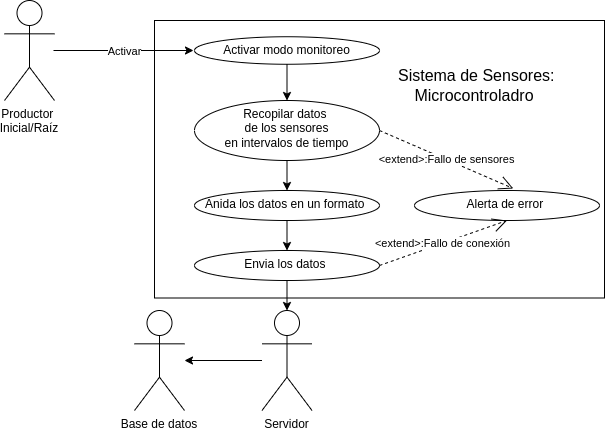
Above: UML/Modulo1/RF01_2.drawio.png in miicxitl-kin/Proyecto-Terminal-1-y-2 (draw.io), before the change. Source tidied: cells renumbered, new cells last; positions are measured from the earlier drawing's top-left corner, leaving out a move shared by most shapes.
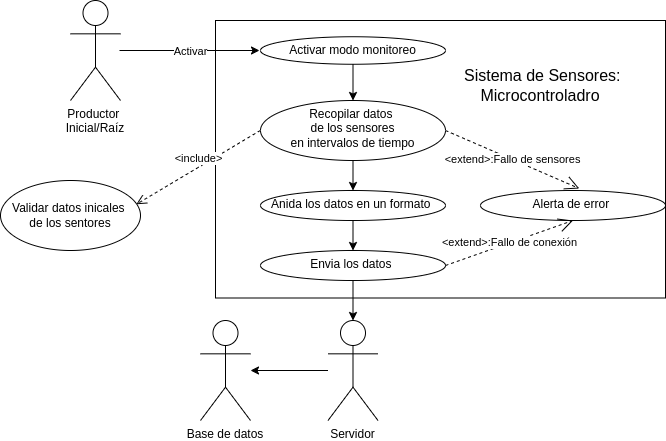
After the commit.

The edit, as a diff of the source:
```diff
@@ -30,7 +30,7 @@
       <mxGeometry relative="1" as="geometry" />
     </mxCell>
     <mxCell id="11" value="Servidor" style="shape=umlActor;verticalLabelPosition=bottom;verticalAlign=top;outlineConnect=0;fillColor=none;align=center;labelBorderColor=none;labelBackgroundColor=none;labelPosition=center;textShadow=0;fontColor=default;" parent="1" vertex="1">
-      <mxGeometry x="257.5" y="310" width="50" height="100" as="geometry" />
+      <mxGeometry x="257.5" y="320" width="50" height="100" as="geometry" />
     </mxCell>
     <mxCell id="12" style="endArrow=classic;html=1;entryX=0;entryY=0.5;entryDx=0;entryDy=0;" parent="1" edge="1">
       <mxGeometry relative="1" as="geometry">
@@ -45,7 +45,7 @@
       <mxGeometry x="190" y="250" width="185" height="30" as="geometry" />
     </mxCell>
     <mxCell id="15" value="Base de datos" style="shape=umlActor;verticalLabelPosition=bottom;verticalAlign=top;outlineConnect=0;fillColor=none;align=center;labelBorderColor=none;labelBackgroundColor=none;labelPosition=center;textShadow=0;fontColor=default;" parent="1" vertex="1">
-      <mxGeometry x="130" y="310" width="50" height="100" as="geometry" />
+      <mxGeometry x="130" y="320" width="50" height="100" as="geometry" />
     </mxCell>
     <mxCell id="16" style="edgeStyle=none;html=1;entryX=0.5;entryY=0;entryDx=0;entryDy=0;entryPerimeter=0;" parent="1" edge="1" source="14" target="11">
       <mxGeometry relative="1" as="geometry" />
@@ -60,7 +60,13 @@
       <mxGeometry relative="1" as="geometry" />
     </mxCell>
     <mxCell id="20" style="rounded=0;whiteSpace=wrap;html=1;fillColor=none;" parent="1" vertex="1">
-      <mxGeometry x="150" y="20" width="450" height="277.5" as="geometry" />
+      <mxGeometry x="145" y="20" width="450" height="277.5" as="geometry" />
     </mxCell>
+    <mxCell id="21" value="&lt;font style=&quot;color: rgb(0, 0, 0);&quot;&gt;Validar datos inicales&amp;nbsp;&lt;/font&gt;&lt;div&gt;&lt;font style=&quot;color: rgb(0, 0, 0);&quot;&gt;de los sentores&lt;/font&gt;&lt;/div&gt;" style="ellipse;whiteSpace=wrap;html=1;" parent="1" vertex="1">
+      <mxGeometry x="-70" y="180" width="140" height="70" as="geometry" />
+    </mxCell>
+    <mxCell id="22" value="&amp;lt;include&amp;gt;" style="html=1;verticalAlign=bottom;endArrow=open;dashed=1;endSize=8;curved=0;rounded=0;exitX=0.1;exitY=0.396;exitDx=0;exitDy=0;exitPerimeter=0;entryX=0.97;entryY=0.34;entryDx=0;entryDy=0;entryPerimeter=0;" parent="1" edge="1" source="20" target="21">
+      <mxGeometry relative="1" as="geometry" />
+    </mxCell>
   </root>
 </mxGraphModel>
```
